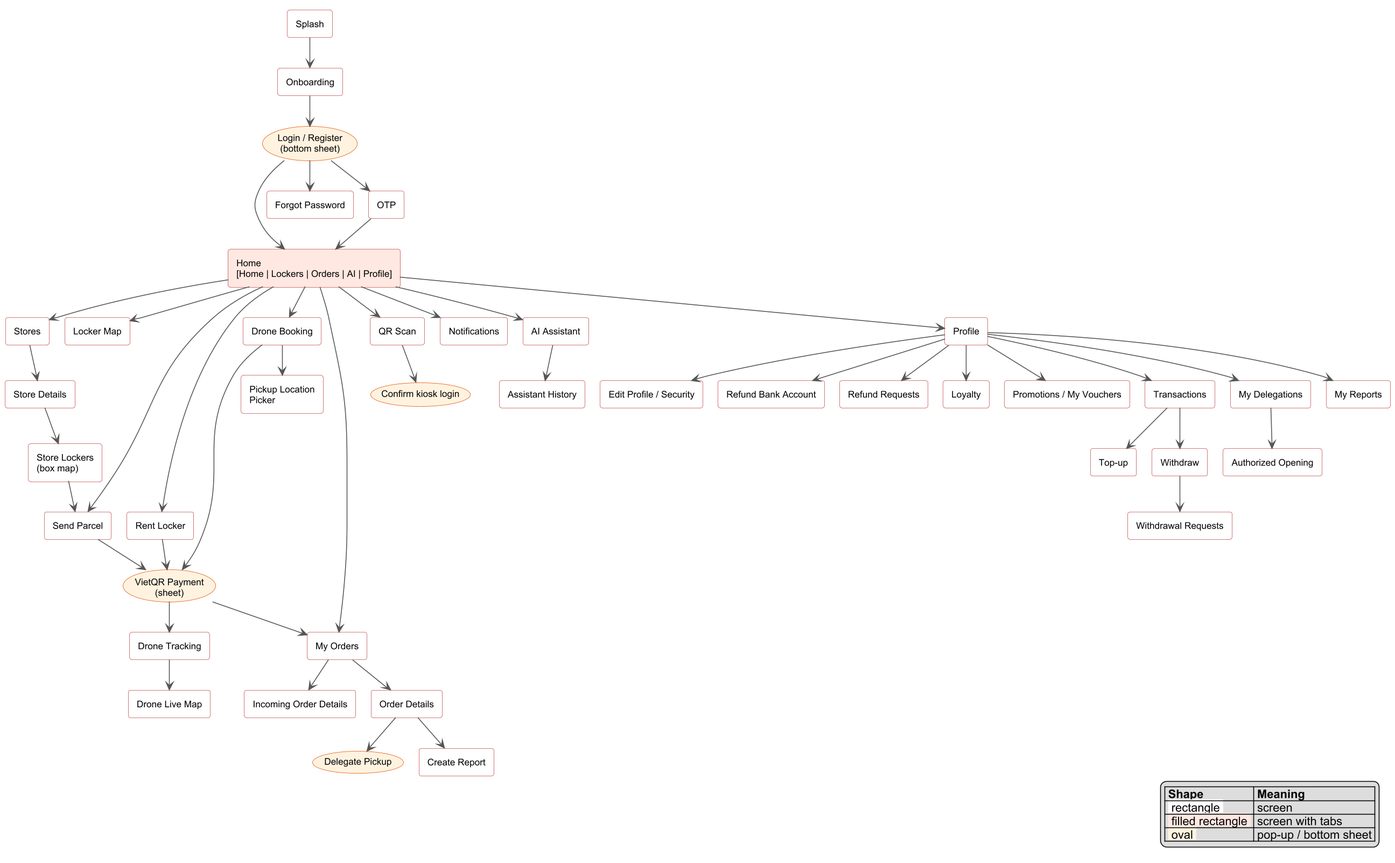
This is rp3/srs-assets/diagrams/05a-flow-customer.png from LockR-Tech/docs, a PlantUML export, as it was before one commit.
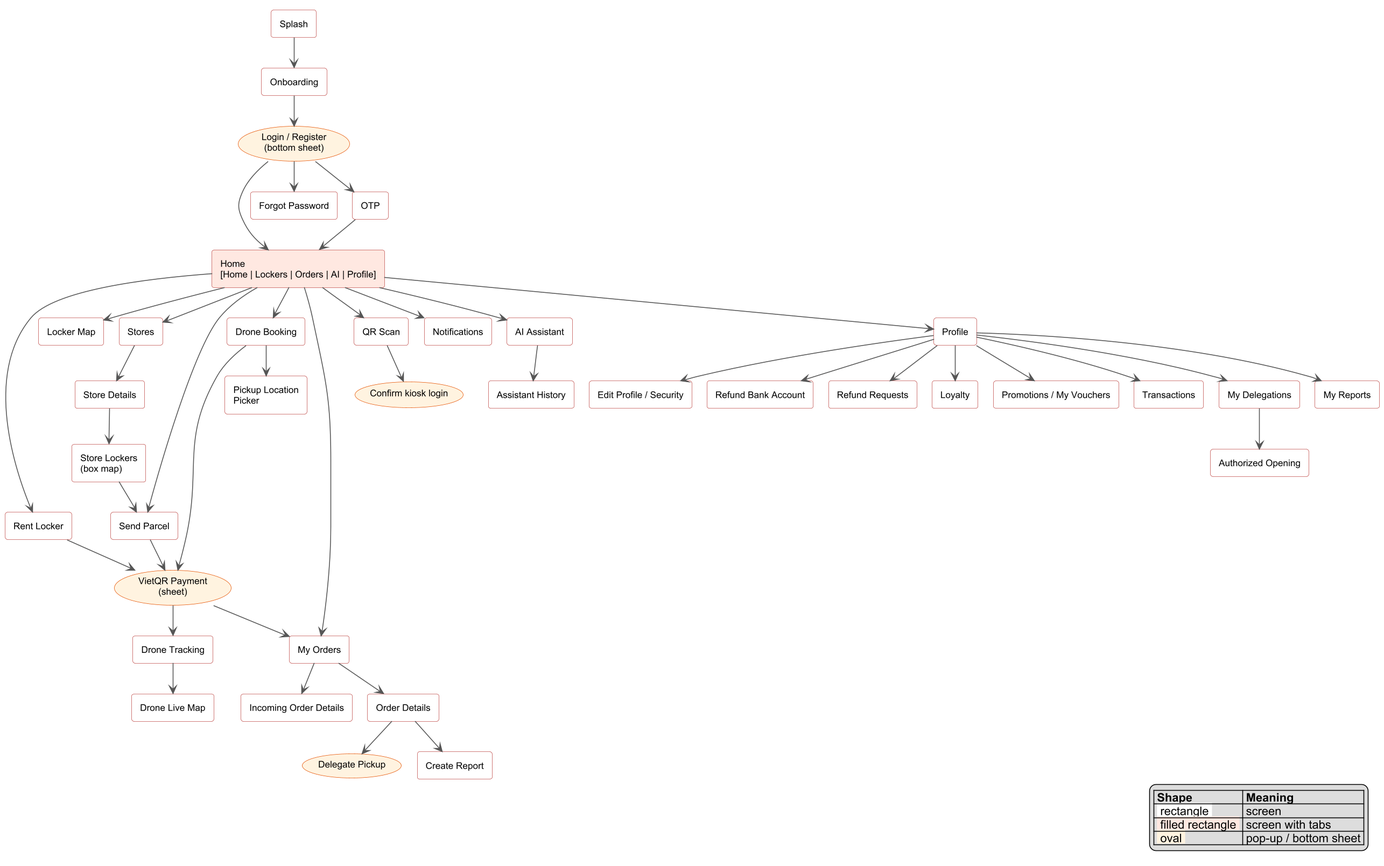
Later version of the same file.

Diff of the diagram source:
```diff
@@ -52,9 +52,6 @@
 rectangle "Loyalty" as LO
 rectangle "Promotions / My Vouchers" as PV
 rectangle "Transactions" as TR
-rectangle "Top-up" as TU
-rectangle "Withdraw" as WD
-rectangle "Withdrawal Requests" as WR
 rectangle "My Delegations" as MD
 rectangle "Authorized Opening" as AO
 rectangle "Create Report" as CR
@@ -99,9 +96,6 @@
 PR --> LO
 PR --> PV
 PR --> TR
-TR --> TU
-TR --> WD
-WD --> WR
 PR --> MD
 MD --> AO
 PR --> MR
```
